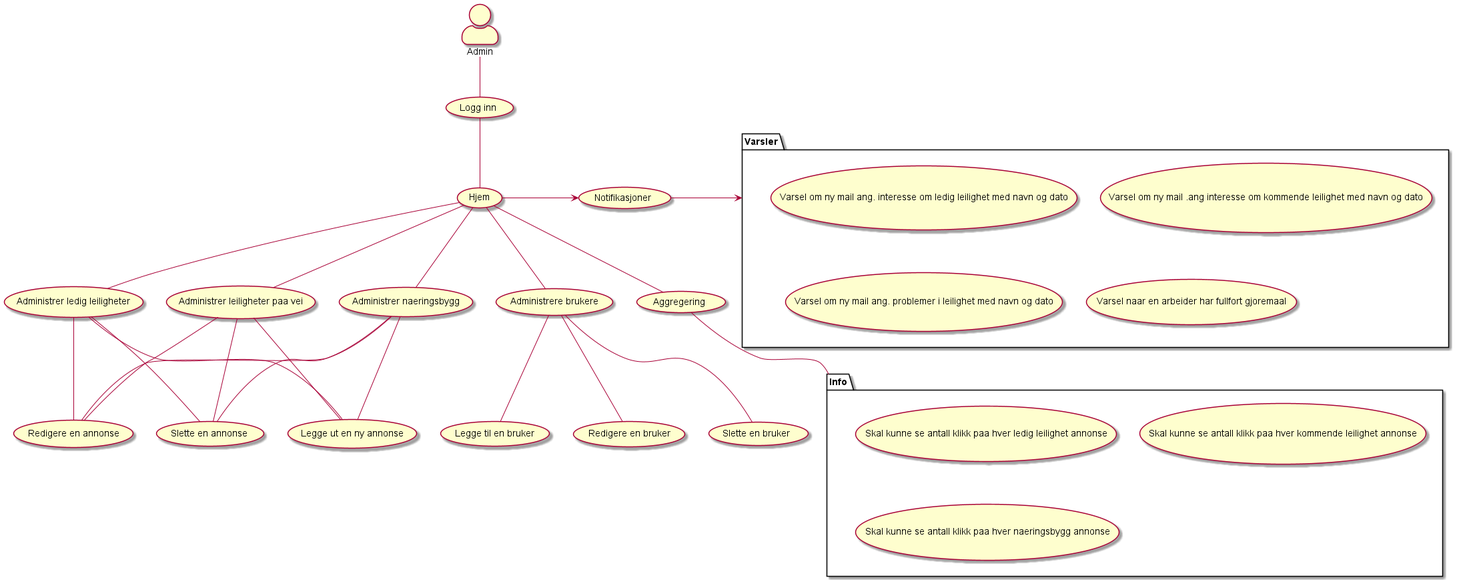
Above: Usecases/AdminUseCase.png in jBraekke/typescript-express-heroku (PlantUML), before the change.
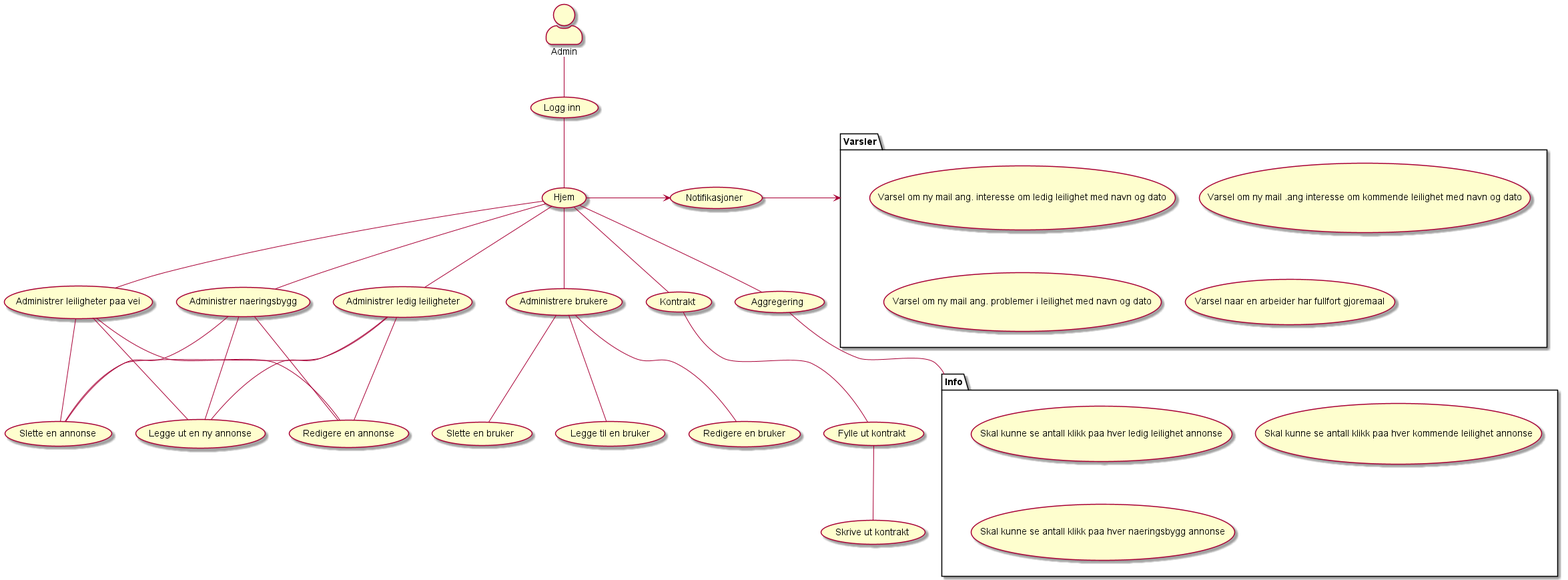
The same diagram one commit later.

Change to the diagram source:
```diff
@@ -26,10 +26,12 @@
 (Hjem) -- (Administrer leiligheter paa vei)
 (Hjem) -- (Administrer naeringsbygg)
 (Hjem) -- (Administrere brukere)
+(Hjem) -- (Kontrakt)
 (Hjem) -- (Aggregering)
 
 
-
+(Kontrakt) -- (Fylle ut kontrakt)
+(Fylle ut kontrakt) -- (Skrive ut kontrakt)
 (Notifikasjoner) -> Varsler
 
 (Administrer ledig leiligheter) -- (Legge ut en ny annonse)
```
